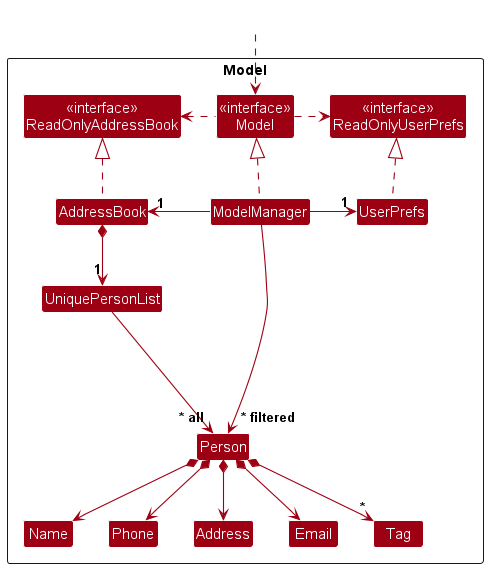
This is docs/images/ModelClassDiagram.png from nus-cs2103-AY2425S1/tp, a PlantUML export, as it was before one commit.
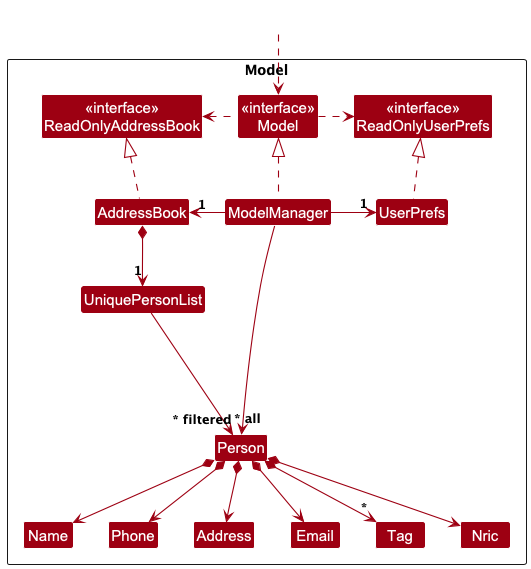
Above is the later version.

What changed in the source:
```diff
@@ -19,6 +19,7 @@
 Class Name
 Class Phone
 Class Tag
+Class Nric
 
 Class I #FFFFFF
 }
@@ -41,6 +42,7 @@
 Person *--> Phone
 Person *--> Email
 Person *--> Address
+Person *--> Nric
 Person *--> "*" Tag
 
 Person -[hidden]up--> I
```
